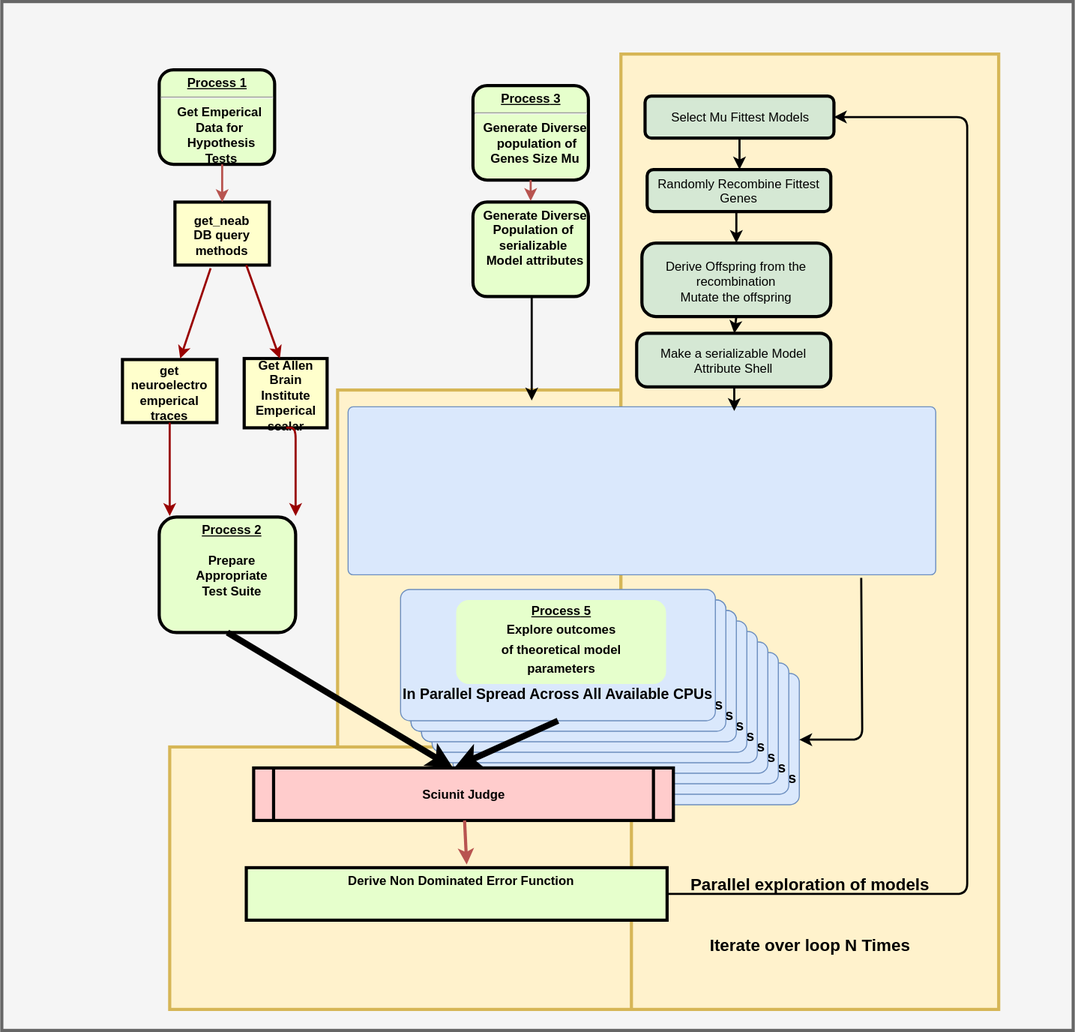
Before: Copy of flow_chart.svg, a diagram exported from draw.io (russelljjarvis/NUResults). Source tidied: cells renumbered, new cells last; positions are measured from the earlier drawing's top-left corner, leaving out a move shared by most shapes.
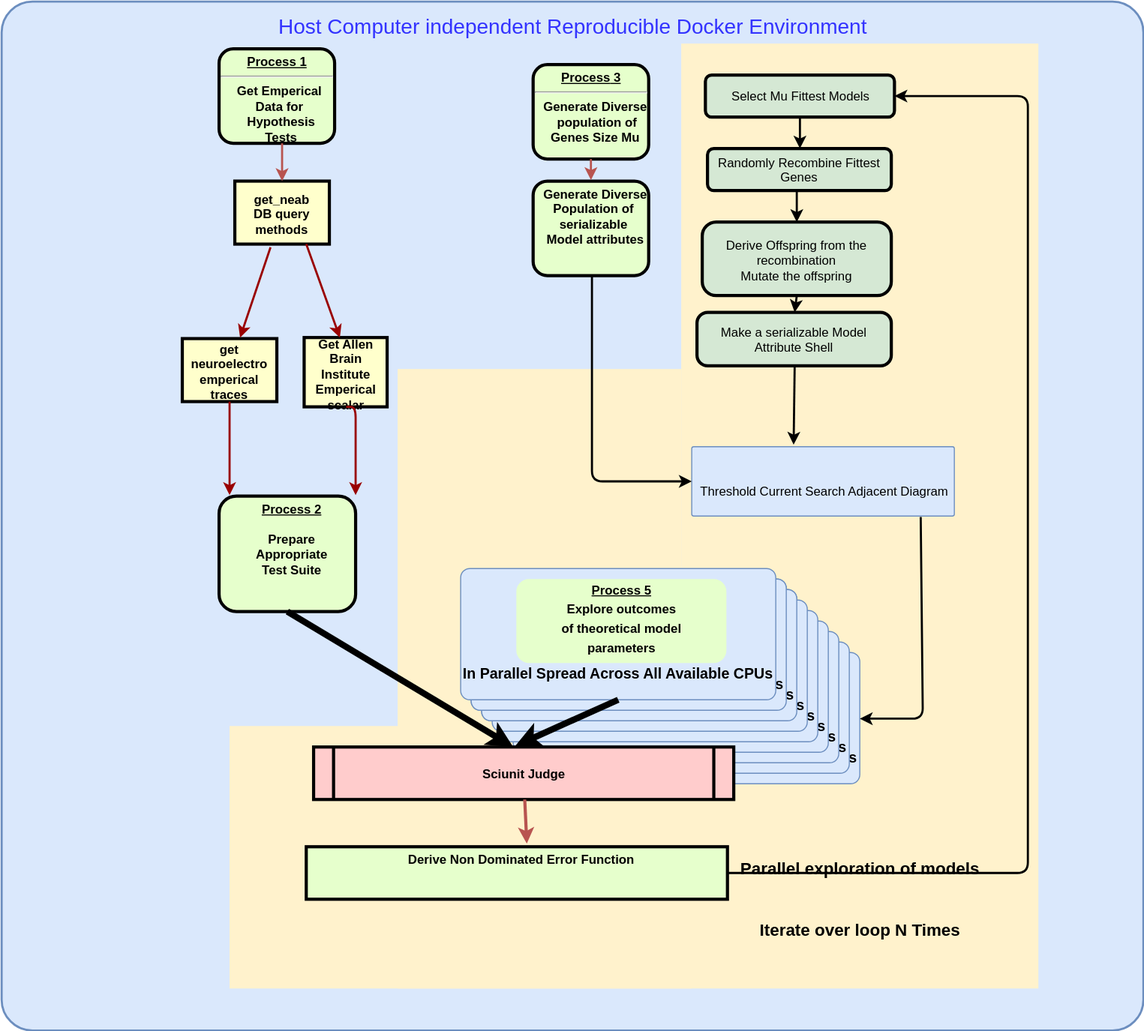
Above is the later version.

Diff of the diagram source:
```diff
@@ -2,16 +2,16 @@
   <root>
     <mxCell id="0" />
     <mxCell id="1" parent="0" />
-    <mxCell id="2" value="&lt;div&gt;&lt;br&gt;&lt;/div&gt;&lt;div&gt;&lt;br&gt;&lt;/div&gt;&lt;div&gt;&lt;br&gt;&lt;/div&gt;&lt;div&gt;&lt;br&gt;&lt;/div&gt;&lt;div&gt;&lt;br&gt;&lt;/div&gt;&lt;div&gt;&lt;br&gt;&lt;/div&gt;&lt;div&gt;&lt;br&gt;&lt;/div&gt;&lt;div&gt;&lt;br&gt;&lt;/div&gt;&lt;div&gt;&lt;br&gt;&lt;/div&gt;&lt;div&gt;&lt;br&gt;&lt;/div&gt;&lt;div&gt;&lt;br&gt;&lt;/div&gt;&lt;div&gt;&lt;br&gt;&lt;/div&gt;&lt;div&gt;&lt;br&gt;&lt;/div&gt;&lt;div&gt;&lt;br&gt;&lt;/div&gt;&lt;div&gt;&lt;br&gt;&lt;/div&gt;&lt;div&gt;&lt;br&gt;&lt;/div&gt;&lt;div&gt;&lt;br&gt;&lt;/div&gt;&lt;div&gt;&lt;br&gt;&lt;/div&gt;&lt;div&gt;&lt;br&gt;&lt;/div&gt;&lt;div&gt;&lt;br&gt;&lt;/div&gt;&lt;div&gt;&lt;br&gt;&lt;/div&gt;&lt;div&gt;&lt;span&gt;&lt;br&gt;&lt;/span&gt;&lt;/div&gt;&lt;div&gt;&lt;span&gt;&lt;br&gt;&lt;/span&gt;&lt;/div&gt;&lt;div&gt;&lt;span&gt;&lt;br&gt;&lt;/span&gt;&lt;/div&gt;&lt;div&gt;&lt;span&gt;&lt;br&gt;&lt;/span&gt;&lt;/div&gt;&lt;div&gt;&lt;span&gt;&lt;br&gt;&lt;/span&gt;&lt;/div&gt;&lt;div&gt;&amp;nbsp; &amp;nbsp;&amp;nbsp;&lt;/div&gt;&lt;div&gt;&lt;br&gt;&lt;/div&gt;&lt;div&gt;&lt;br&gt;&lt;/div&gt;&lt;div&gt;&lt;br&gt;&lt;/div&gt;&lt;div&gt;&lt;br&gt;&lt;/div&gt;&lt;div&gt;&lt;br&gt;&lt;/div&gt;&lt;div&gt;&lt;span&gt;&lt;br&gt;&lt;/span&gt;&lt;/div&gt;&lt;div&gt;&lt;span&gt;&lt;br&gt;&lt;/span&gt;&lt;/div&gt;&lt;div&gt;&lt;span&gt;&lt;br&gt;&lt;/span&gt;&lt;/div&gt;&lt;div&gt;&lt;span&gt;&lt;br&gt;&lt;/span&gt;&lt;/div&gt;&lt;div&gt;&lt;span&gt;&lt;br&gt;&lt;/span&gt;&lt;/div&gt;&lt;div&gt;&lt;span&gt;Parallel exploration of models&lt;/span&gt;&lt;br&gt;&lt;/div&gt;&lt;div&gt;&lt;span&gt;&lt;br&gt;&lt;/span&gt;&lt;/div&gt;&lt;div&gt;&lt;span&gt;&lt;br&gt;&lt;/span&gt;&lt;/div&gt;&lt;div&gt;&lt;span&gt;Iterate over loop N Times&lt;/span&gt;&lt;br&gt;&lt;/div&gt;" style="rounded=1;whiteSpace=wrap;html=1;strokeColor=#666666;strokeWidth=3;arcSize=0;fillColor=#f5f5f5;fontStyle=1;fontSize=16;" parent="1" vertex="1">
-      <mxGeometry width="1021" height="980" as="geometry" />
-    </mxCell>
+    <mxCell id="48" value="&lt;font color=&quot;#3333ff&quot;&gt;Host Computer independent&amp;nbsp;&lt;span&gt;Reproducible&amp;nbsp;&lt;/span&gt;Docker Environment&lt;/font&gt;" style="whiteSpace=wrap;html=1;rounded=1;shadow=0;strokeColor=#6c8ebf;strokeWidth=2;fillColor=#dae8fc;fontSize=20;fontColor=#FFFFFF;align=center;arcSize=3;verticalAlign=top;spacingTop=4;" parent="1" vertex="1">
+      <mxGeometry x="-57" y="20" width="1087" height="980" as="geometry" />
+    </mxCell>
-    <mxCell id="3" style="rounded=1;whiteSpace=wrap;html=1;strokeColor=#d6b656;strokeWidth=3;arcSize=0;fillColor=#fff2cc;" parent="1" vertex="1">
+    <mxCell id="3" style="rounded=1;whiteSpace=wrap;html=1;strokeColor=none;strokeWidth=3;arcSize=0;fillColor=#fff2cc;" parent="1" vertex="1">
       <mxGeometry x="320" y="370" width="270" height="590" as="geometry" />
     </mxCell>
-    <mxCell id="4" value="&lt;div&gt;&lt;br&gt;&lt;/div&gt;&lt;div&gt;&lt;br&gt;&lt;/div&gt;&lt;div&gt;&lt;br&gt;&lt;/div&gt;&lt;div&gt;&lt;br&gt;&lt;/div&gt;&lt;div&gt;&lt;br&gt;&lt;/div&gt;&lt;div&gt;&lt;br&gt;&lt;/div&gt;&lt;div&gt;&lt;br&gt;&lt;/div&gt;&lt;div&gt;&lt;br&gt;&lt;/div&gt;&lt;div&gt;&lt;br&gt;&lt;/div&gt;&lt;div&gt;&lt;br&gt;&lt;/div&gt;&lt;div&gt;&lt;br&gt;&lt;/div&gt;&lt;div&gt;&lt;br&gt;&lt;/div&gt;&lt;div&gt;&lt;br&gt;&lt;/div&gt;&lt;div&gt;&lt;br&gt;&lt;/div&gt;&lt;div&gt;&lt;br&gt;&lt;/div&gt;&lt;div&gt;&lt;br&gt;&lt;/div&gt;&lt;div&gt;&lt;br&gt;&lt;/div&gt;&lt;div&gt;&lt;br&gt;&lt;/div&gt;&lt;div&gt;&lt;br&gt;&lt;/div&gt;&lt;div&gt;&lt;br&gt;&lt;/div&gt;&lt;div&gt;&lt;br&gt;&lt;/div&gt;&lt;div&gt;&lt;span&gt;&lt;br&gt;&lt;/span&gt;&lt;/div&gt;&lt;div&gt;&lt;span&gt;&lt;br&gt;&lt;/span&gt;&lt;/div&gt;&lt;div&gt;&lt;span&gt;&lt;br&gt;&lt;/span&gt;&lt;/div&gt;&lt;div&gt;&lt;span&gt;&lt;br&gt;&lt;/span&gt;&lt;/div&gt;&lt;div&gt;&lt;span&gt;&lt;br&gt;&lt;/span&gt;&lt;/div&gt;&lt;div&gt;&amp;nbsp; &amp;nbsp;&amp;nbsp;&lt;/div&gt;&lt;div&gt;&lt;br&gt;&lt;/div&gt;&lt;div&gt;&lt;br&gt;&lt;/div&gt;&lt;div&gt;&lt;br&gt;&lt;/div&gt;&lt;div&gt;&lt;br&gt;&lt;/div&gt;&lt;div&gt;&lt;br&gt;&lt;/div&gt;&lt;div&gt;&lt;span&gt;&lt;br&gt;&lt;/span&gt;&lt;/div&gt;&lt;div&gt;&lt;span&gt;&lt;br&gt;&lt;/span&gt;&lt;/div&gt;&lt;div&gt;&lt;span&gt;&lt;br&gt;&lt;/span&gt;&lt;/div&gt;&lt;div&gt;&lt;span&gt;&lt;br&gt;&lt;/span&gt;&lt;/div&gt;&lt;div&gt;&lt;span&gt;&lt;br&gt;&lt;/span&gt;&lt;/div&gt;&lt;div&gt;&lt;span&gt;Parallel exploration of models&lt;/span&gt;&lt;br&gt;&lt;/div&gt;&lt;div&gt;&lt;span&gt;&lt;br&gt;&lt;/span&gt;&lt;/div&gt;&lt;div&gt;&lt;span&gt;&lt;br&gt;&lt;/span&gt;&lt;/div&gt;&lt;div&gt;&lt;span&gt;Iterate over loop N Times&lt;/span&gt;&lt;br&gt;&lt;/div&gt;" style="rounded=1;whiteSpace=wrap;html=1;strokeColor=#d6b656;strokeWidth=3;arcSize=0;fillColor=#fff2cc;fontStyle=1;fontSize=16;" parent="1" vertex="1">
-      <mxGeometry x="590" y="50" width="360" height="910" as="geometry" />
+    <mxCell id="4" value="&lt;div&gt;&lt;br&gt;&lt;/div&gt;&lt;div&gt;&lt;br&gt;&lt;/div&gt;&lt;div&gt;&lt;br&gt;&lt;/div&gt;&lt;div&gt;&lt;br&gt;&lt;/div&gt;&lt;div&gt;&lt;br&gt;&lt;/div&gt;&lt;div&gt;&lt;br&gt;&lt;/div&gt;&lt;div&gt;&lt;br&gt;&lt;/div&gt;&lt;div&gt;&lt;br&gt;&lt;/div&gt;&lt;div&gt;&lt;br&gt;&lt;/div&gt;&lt;div&gt;&lt;br&gt;&lt;/div&gt;&lt;div&gt;&lt;br&gt;&lt;/div&gt;&lt;div&gt;&lt;br&gt;&lt;/div&gt;&lt;div&gt;&lt;br&gt;&lt;/div&gt;&lt;div&gt;&lt;br&gt;&lt;/div&gt;&lt;div&gt;&lt;br&gt;&lt;/div&gt;&lt;div&gt;&lt;br&gt;&lt;/div&gt;&lt;div&gt;&lt;br&gt;&lt;/div&gt;&lt;div&gt;&lt;br&gt;&lt;/div&gt;&lt;div&gt;&lt;br&gt;&lt;/div&gt;&lt;div&gt;&lt;br&gt;&lt;/div&gt;&lt;div&gt;&lt;br&gt;&lt;/div&gt;&lt;div&gt;&lt;span&gt;&lt;br&gt;&lt;/span&gt;&lt;/div&gt;&lt;div&gt;&lt;span&gt;&lt;br&gt;&lt;/span&gt;&lt;/div&gt;&lt;div&gt;&lt;span&gt;&lt;br&gt;&lt;/span&gt;&lt;/div&gt;&lt;div&gt;&lt;span&gt;&lt;br&gt;&lt;/span&gt;&lt;/div&gt;&lt;div&gt;&lt;span&gt;&lt;br&gt;&lt;/span&gt;&lt;/div&gt;&lt;div&gt;&amp;nbsp; &amp;nbsp;&amp;nbsp;&lt;/div&gt;&lt;div&gt;&lt;br&gt;&lt;/div&gt;&lt;div&gt;&lt;br&gt;&lt;/div&gt;&lt;div&gt;&lt;br&gt;&lt;/div&gt;&lt;div&gt;&lt;br&gt;&lt;/div&gt;&lt;div&gt;&lt;br&gt;&lt;/div&gt;&lt;div&gt;&lt;span&gt;&lt;br&gt;&lt;/span&gt;&lt;/div&gt;&lt;div&gt;&lt;span&gt;&lt;br&gt;&lt;/span&gt;&lt;/div&gt;&lt;div&gt;&lt;span&gt;&lt;br&gt;&lt;/span&gt;&lt;/div&gt;&lt;div&gt;&lt;span&gt;&lt;br&gt;&lt;/span&gt;&lt;/div&gt;&lt;div&gt;&lt;span&gt;&lt;br&gt;&lt;/span&gt;&lt;/div&gt;&lt;div&gt;&lt;span&gt;Parallel exploration of models&lt;/span&gt;&lt;br&gt;&lt;/div&gt;&lt;div&gt;&lt;span&gt;&lt;br&gt;&lt;/span&gt;&lt;/div&gt;&lt;div&gt;&lt;span&gt;&lt;br&gt;&lt;/span&gt;&lt;/div&gt;&lt;div&gt;&lt;span&gt;Iterate over loop N Times&lt;/span&gt;&lt;br&gt;&lt;/div&gt;" style="rounded=1;whiteSpace=wrap;html=1;strokeColor=none;strokeWidth=3;arcSize=0;fillColor=#fff2cc;fontStyle=1;fontSize=16;" parent="1" vertex="1">
+      <mxGeometry x="590" y="60" width="340" height="900" as="geometry" />
     </mxCell>
-    <mxCell id="5" style="rounded=1;whiteSpace=wrap;html=1;strokeColor=#d6b656;strokeWidth=3;arcSize=0;fillColor=#fff2cc;" parent="1" vertex="1">
+    <mxCell id="5" style="rounded=1;whiteSpace=wrap;html=1;strokeColor=none;strokeWidth=3;arcSize=0;fillColor=#fff2cc;" parent="1" vertex="1">
       <mxGeometry x="160" y="710" width="440" height="250" as="geometry" />
     </mxCell>
     <mxCell id="6" value="&lt;div&gt;&lt;br&gt;&lt;/div&gt;&lt;div&gt;&lt;br&gt;&lt;/div&gt;&lt;div&gt;&lt;br&gt;&lt;/div&gt;&lt;div&gt;&lt;br&gt;&lt;/div&gt;&lt;div&gt;&lt;br&gt;&lt;/div&gt;&lt;div&gt;&lt;br&gt;&lt;/div&gt;&lt;div&gt;&lt;b&gt;&lt;font style=&quot;font-size: 14px&quot;&gt;In Parallel Spread Across All Available CPUs&lt;/font&gt;&lt;/b&gt;&lt;/div&gt;" style="rounded=1;whiteSpace=wrap;html=1;arcSize=7;fillColor=#dae8fc;strokeColor=#6c8ebf;" parent="1" vertex="1">
@@ -44,8 +44,8 @@
     <mxCell id="15" value="&lt;div&gt;&lt;br&gt;&lt;/div&gt;&lt;div&gt;&lt;br&gt;&lt;/div&gt;&lt;div&gt;&lt;br&gt;&lt;/div&gt;&lt;div&gt;&lt;br&gt;&lt;/div&gt;&lt;div&gt;&lt;br&gt;&lt;/div&gt;&lt;div&gt;&lt;br&gt;&lt;/div&gt;&lt;div&gt;&lt;b&gt;&lt;font style=&quot;font-size: 14px&quot;&gt;In Parallel Spread Across All Available CPUs&lt;/font&gt;&lt;/b&gt;&lt;/div&gt;" style="rounded=1;whiteSpace=wrap;html=1;arcSize=7;fillColor=#dae8fc;strokeColor=#6c8ebf;" parent="1" vertex="1">
       <mxGeometry x="390" y="570" width="300" height="125" as="geometry" />
     </mxCell>
-    <mxCell id="16" value="&lt;div&gt;&lt;br&gt;&lt;/div&gt;&lt;div&gt;&lt;br&gt;&lt;/div&gt;&lt;div&gt;&lt;br&gt;&lt;/div&gt;&lt;div&gt;&lt;br&gt;&lt;/div&gt;&lt;div&gt;&lt;br&gt;&lt;/div&gt;&lt;div&gt;&lt;br&gt;&lt;/div&gt;&lt;div&gt;&lt;br&gt;&lt;/div&gt;" style="rounded=1;whiteSpace=wrap;html=1;arcSize=3;fillColor=#dae8fc;strokeColor=#6c8ebf;" parent="1" vertex="1">
-      <mxGeometry x="330" y="386" width="560" height="160" as="geometry" />
+    <mxCell id="16" value="&lt;div&gt;&lt;br&gt;&lt;/div&gt;&lt;div&gt;&lt;br&gt;&lt;/div&gt;&lt;div&gt;&lt;br&gt;&lt;/div&gt;&lt;div&gt;Threshold Current Search Adjacent Diagram&lt;/div&gt;&lt;div&gt;&lt;br&gt;&lt;/div&gt;&lt;div&gt;&lt;br&gt;&lt;/div&gt;" style="rounded=1;whiteSpace=wrap;html=1;arcSize=3;fillColor=#dae8fc;strokeColor=#6c8ebf;" parent="1" vertex="1">
+      <mxGeometry x="600" y="444" width="250" height="66" as="geometry" />
     </mxCell>
     <mxCell id="17" value="&lt;div&gt;&lt;br&gt;&lt;/div&gt;&lt;div&gt;&lt;br&gt;&lt;/div&gt;&lt;div&gt;&lt;br&gt;&lt;/div&gt;&lt;div&gt;&lt;br&gt;&lt;/div&gt;&lt;div&gt;&lt;br&gt;&lt;/div&gt;&lt;div&gt;&lt;br&gt;&lt;/div&gt;&lt;div&gt;&lt;b&gt;&lt;font style=&quot;font-size: 14px&quot;&gt;In Parallel Spread Across All Available CPUs&lt;/font&gt;&lt;/b&gt;&lt;/div&gt;" style="rounded=1;whiteSpace=wrap;html=1;arcSize=7;fillColor=#dae8fc;strokeColor=#6c8ebf;" parent="1" vertex="1">
       <mxGeometry x="380" y="560" width="300" height="125" as="geometry" />
@@ -152,23 +152,14 @@
         <mxPoint x="703" y="130" as="sourcePoint" />
       </mxGeometry>
     </mxCell>
-    <mxCell id="42" style="endArrow=classic;html=1;strokeWidth=2;" parent="1" edge="1">
+    <mxCell id="42" style="endArrow=classic;html=1;strokeWidth=2;verticalAlign=top;entryX=0;entryY=0.5;" parent="1" edge="1" target="16">
       <mxGeometry relative="1" as="geometry">
         <mxPoint x="505" y="281" as="sourcePoint" />
-        <mxPoint x="505" y="380" as="targetPoint" />
         <Array as="points">
-          <mxPoint x="505" y="331" />
+          <mxPoint x="505" y="477" />
         </Array>
       </mxGeometry>
     </mxCell>
-    <mxCell id="43" style="endArrow=classic;html=1;strokeWidth=2;exitX=0.5;exitY=1;" parent="1" edge="1" source="39">
-      <mxGeometry relative="1" as="geometry">
-        <mxPoint x="698" y="390" as="targetPoint" />
-        <Array as="points">
-          <mxPoint x="698" y="380" />
-        </Array>
-      </mxGeometry>
-    </mxCell>
     <mxCell id="44" style="endArrow=classic;html=1;strokeWidth=2;entryX=0.5;entryY=0;" parent="1" edge="1" target="40">
       <mxGeometry relative="1" as="geometry">
         <mxPoint x="700" y="200" as="sourcePoint" />
@@ -185,5 +176,8 @@
         <mxPoint x="210" y="155" as="sourcePoint" />
       </mxGeometry>
     </mxCell>
+    <mxCell id="43" style="endArrow=classic;html=1;strokeWidth=2;exitX=0.5;exitY=1;entryX=0.389;entryY=-0.034;entryPerimeter=0;" parent="1" edge="1" source="39" target="16">
+      <mxGeometry relative="1" as="geometry" />
+    </mxCell>
   </root>
 </mxGraphModel>
```
